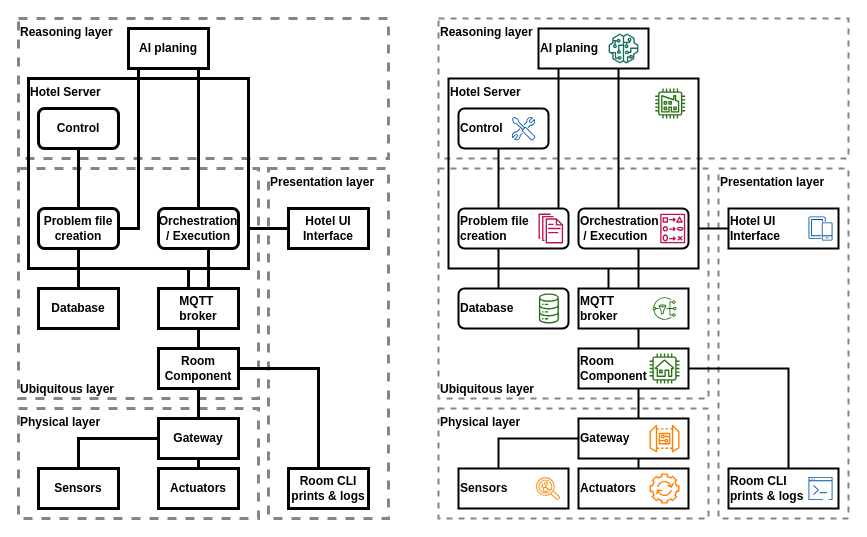
This is page "Report" (3 of 3) of ArchitectureIdears.drawio from SimonNass/SCIoT_G02_2025, a draw.io file, before an edit. Source tidied: cells renumbered, new cells numbered last; positions are measured from the earlier drawing's top-left corner, leaving out a move shared by most shapes. Both pictures are drawn from the tidied source at 100%, with x=0, y=0 at pixel (-102, 18).
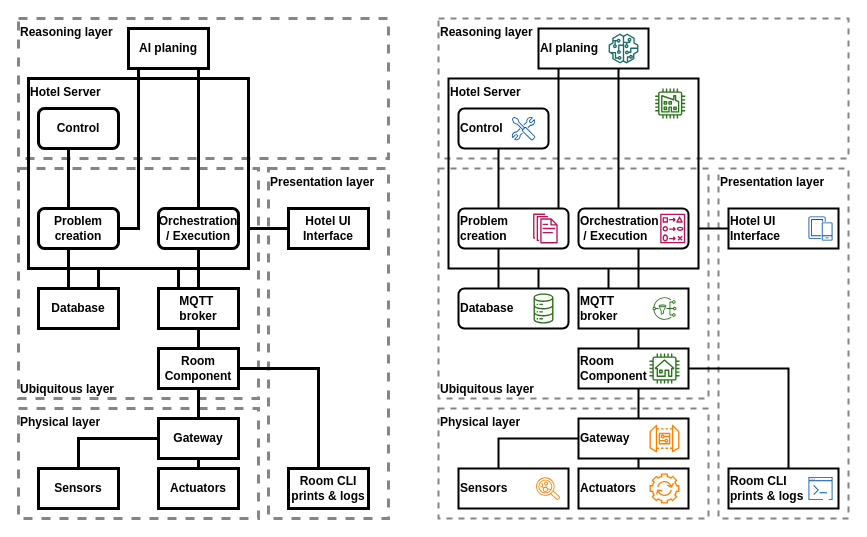
The same diagram, later.

Unchanged cells that the change refers to:
```xml
<mxCell id="8" value="Hotel Server" style="rounded=0;whiteSpace=wrap;html=1;verticalAlign=top;fillColor=none;strokeWidth=3;fontStyle=1;fontSize=12;fontFamily=Helvetica;align=left;" parent="1" vertex="1">
  <mxGeometry x="130" y="60" width="220" height="190" as="geometry" />
</mxCell>
<mxCell id="16" value="Database" style="rounded=0;whiteSpace=wrap;html=1;strokeWidth=3;fontStyle=1;fontSize=12;fontFamily=Helvetica;" parent="1" vertex="1">
  <mxGeometry x="140" y="270" width="80" height="40" as="geometry" />
</mxCell>
<mxCell id="19" value="Control" style="rounded=1;whiteSpace=wrap;html=1;fillColor=#ffffff;strokeWidth=3;fontStyle=1;fontSize=12;fontFamily=Helvetica;" parent="1" vertex="1">
  <mxGeometry x="140" y="90" width="80" height="40" as="geometry" />
</mxCell>
<mxCell id="22" value="Orchestration / Execution" style="rounded=1;whiteSpace=wrap;html=1;fillColor=#ffffff;strokeWidth=3;fontStyle=1;fontSize=12;fontFamily=Helvetica;" parent="1" vertex="1">
  <mxGeometry x="260" y="190" width="80" height="40" as="geometry" />
</mxCell>
<mxCell id="27" value="MQTT&amp;nbsp;&lt;div style=&quot;font-size: 12px;&quot;&gt;broker&lt;/div&gt;" style="rounded=0;whiteSpace=wrap;html=1;strokeWidth=3;fontStyle=1;fontSize=12;fontFamily=Helvetica;" parent="1" vertex="1">
  <mxGeometry x="260" y="270" width="80" height="40" as="geometry" />
</mxCell>
<mxCell id="37" value="Hotel Server" style="rounded=0;whiteSpace=wrap;html=1;verticalAlign=top;fillColor=none;strokeWidth=2;fontStyle=1;fontSize=12;fontFamily=Helvetica;align=left;" parent="1" vertex="1">
  <mxGeometry x="550" y="60" width="250" height="190" as="geometry" />
</mxCell>
<mxCell id="45" value="Database" style="rounded=1;whiteSpace=wrap;html=1;strokeWidth=2;fontStyle=1;fontSize=12;fontFamily=Helvetica;align=left;fillColor=#ffffff;strokeColor=#000000;" parent="1" vertex="1">
  <mxGeometry x="560" y="270" width="110" height="40" as="geometry" />
</mxCell>
```

Change to the diagram source:
```diff
@@
     <mxCell id="18" style="edgeStyle=orthogonalEdgeStyle;rounded=0;jettySize=auto;html=1;endArrow=none;endFill=0;strokeWidth=3;fontStyle=1;fontSize=12;fontFamily=Helvetica;" parent="1" edge="1" source="19" target="29">
       <mxGeometry relative="1" as="geometry">
         <Array as="points">
-          <mxPoint x="180" y="160" />
-          <mxPoint x="180" y="160" />
+          <mxPoint x="170" y="160" />
+          <mxPoint x="170" y="160" />
         </Array>
       </mxGeometry>
     </mxCell>
@@
     <mxCell id="21" style="edgeStyle=elbowEdgeStyle;html=1;endArrow=none;endFill=0;rounded=0;strokeWidth=3;fontStyle=1;fontSize=12;fontFamily=Helvetica;" parent="1" edge="1" source="22" target="27">
       <mxGeometry relative="1" as="geometry">
         <Array as="points">
-          <mxPoint x="310" y="250" />
-          <mxPoint x="360" y="250" />
+          <mxPoint x="300" y="260" />
           <mxPoint x="360" y="260" />
         </Array>
       </mxGeometry>
     </mxCell>
@@
     <mxCell id="26" style="edgeStyle=elbowEdgeStyle;html=1;endArrow=none;endFill=0;strokeWidth=3;fontStyle=1;fontSize=12;fontFamily=Helvetica;" parent="1" edge="1" source="27" target="8">
       <mxGeometry relative="1" as="geometry">
         <Array as="points">
-          <mxPoint x="290" y="260" />
+          <mxPoint x="280" y="260" />
         </Array>
       </mxGeometry>
     </mxCell>
@@
     <mxCell id="28" style="edgeStyle=elbowEdgeStyle;html=1;endArrow=none;endFill=0;elbow=vertical;rounded=0;curved=0;strokeWidth=3;fontStyle=1;fontSize=12;fontFamily=Helvetica;" parent="1" edge="1" source="29" target="16">
-      <mxGeometry relative="1" as="geometry" />
+      <mxGeometry relative="1" as="geometry">
+        <Array as="points">
+          <mxPoint x="170" y="250" />
+        </Array>
+      </mxGeometry>
     </mxCell>
-    <mxCell id="29" value="Problem file creation" style="rounded=1;whiteSpace=wrap;html=1;fillColor=#ffffff;strokeWidth=3;fontStyle=1;fontSize=12;fontFamily=Helvetica;" parent="1" vertex="1">
+    <mxCell id="29" value="Problem creation" style="rounded=1;whiteSpace=wrap;html=1;fillColor=#ffffff;strokeWidth=3;fontStyle=1;fontSize=12;fontFamily=Helvetica;" parent="1" vertex="1">
       <mxGeometry x="140" y="190" width="80" height="40" as="geometry" />
     </mxCell>
@@
-    <mxCell id="58" value="Problem file creation" style="rounded=1;whiteSpace=wrap;html=1;fillColor=#ffffff;strokeWidth=2;fontStyle=1;fontSize=12;fontFamily=Helvetica;align=left;" parent="1" vertex="1">
+    <mxCell id="58" value="Problem &lt;br&gt;creation" style="rounded=1;whiteSpace=wrap;html=1;fillColor=#ffffff;strokeWidth=2;fontStyle=1;fontSize=12;fontFamily=Helvetica;align=left;" parent="1" vertex="1">
       <mxGeometry x="560" y="190" width="110" height="40" as="geometry" />
     </mxCell>
@@
     <mxCell id="60" style="fontColor=#232F3E;gradientColor=none;fillColor=#277116;strokeColor=none;dashed=0;verticalLabelPosition=bottom;verticalAlign=top;align=center;html=1;fontSize=12;fontStyle=0;shape=mxgraph.aws4.iot_analytics_data_store;" parent="1" vertex="1">
-      <mxGeometry x="640" y="275" width="20.8" height="30" as="geometry" />
+      <mxGeometry x="634.6" y="275" width="20.8" height="30" as="geometry" />
     </mxCell>
@@
     <mxCell id="64" style="fontColor=#232F3E;gradientColor=none;fillColor=#BC1356;strokeColor=none;dashed=0;verticalLabelPosition=bottom;verticalAlign=top;align=center;html=1;fontSize=12;fontStyle=0;shape=mxgraph.aws4.documents;" parent="1" vertex="1">
-      <mxGeometry x="640" y="195" width="24.6" height="30" as="geometry" />
+      <mxGeometry x="634.6" y="195" width="24.6" height="30" as="geometry" />
     </mxCell>
@@
+    <mxCell id="74" style="edgeStyle=orthogonalEdgeStyle;html=1;endArrow=none;endFill=0;strokeWidth=3;fontStyle=1;fontSize=12;fontFamily=Helvetica;rounded=0;" parent="1" edge="1" source="16" target="8">
+      <mxGeometry relative="1" as="geometry">
+        <Array as="points">
+          <mxPoint x="200" y="260" />
+          <mxPoint x="200" y="260" />
+        </Array>
+      </mxGeometry>
+    </mxCell>
+    <mxCell id="75" style="edgeStyle=orthogonalEdgeStyle;html=1;endArrow=none;endFill=0;strokeWidth=2;fontStyle=1;fontSize=12;fontFamily=Helvetica;rounded=0;" parent="1" edge="1" source="45" target="37">
+      <mxGeometry relative="1" as="geometry">
+        <Array as="points">
+          <mxPoint x="640" y="260" />
+          <mxPoint x="640" y="260" />
+        </Array>
+      </mxGeometry>
+    </mxCell>
```
